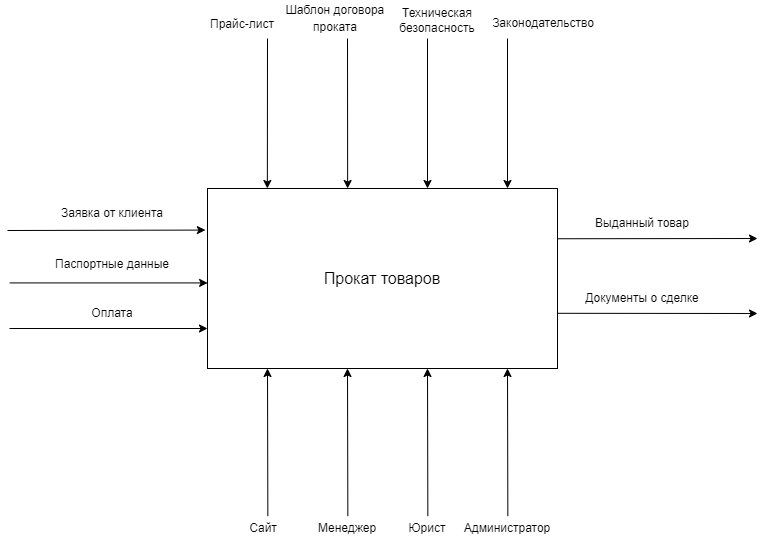
Before: Черный ящик прокат товаров.drawio.png, a diagram exported from draw.io (kirilltumm/kursovoy-Tumanov). Source tidied: cells renumbered, new cells last; positions are measured from the earlier drawing's top-left corner, leaving out a move shared by most shapes. Source of this version:
```xml
<mxGraphModel>
  <root>
    <mxCell id="0" />
    <mxCell id="1" parent="0" />
    <mxCell id="2" value="&lt;font style=&quot;font-size: 16px;&quot;&gt;Прокат товаров&lt;/font&gt;" style="rounded=0;whiteSpace=wrap;html=1;" parent="1" vertex="1">
      <mxGeometry x="200" y="186" width="350" height="180" as="geometry" />
    </mxCell>
    <mxCell id="3" style="endArrow=classic;html=1;rounded=0;entryX=-0.006;entryY=0.231;entryDx=0;entryDy=0;entryPerimeter=0;" parent="1" edge="1" target="2">
      <mxGeometry relative="1" as="geometry">
        <mxPoint y="228" as="sourcePoint" />
      </mxGeometry>
    </mxCell>
    <mxCell id="4" value="Заявка от клиента" style="text;html=1;align=center;verticalAlign=middle;whiteSpace=wrap;rounded=0;fontSize=12;" parent="1" vertex="1">
      <mxGeometry x="40" y="196" width="130" height="30" as="geometry" />
    </mxCell>
    <mxCell id="5" style="endArrow=classic;html=1;rounded=0;entryX=-0.006;entryY=0.231;entryDx=0;entryDy=0;entryPerimeter=0;" parent="1" edge="1">
      <mxGeometry relative="1" as="geometry">
        <mxPoint x="2.1" y="280.4" as="sourcePoint" />
        <mxPoint x="200.1" y="280.4" as="targetPoint" />
      </mxGeometry>
    </mxCell>
    <mxCell id="6" value="Паспортные данные" style="text;html=1;align=center;verticalAlign=middle;whiteSpace=wrap;rounded=0;fontSize=12;" parent="1" vertex="1">
      <mxGeometry x="25" y="247" width="160" height="30" as="geometry" />
    </mxCell>
    <mxCell id="7" style="endArrow=classic;html=1;rounded=0;entryX=-0.006;entryY=0.231;entryDx=0;entryDy=0;entryPerimeter=0;" parent="1" edge="1">
      <mxGeometry relative="1" as="geometry">
        <mxPoint x="2" y="326" as="sourcePoint" />
        <mxPoint x="200" y="326" as="targetPoint" />
      </mxGeometry>
    </mxCell>
    <mxCell id="8" value="Оплата" style="text;html=1;align=center;verticalAlign=middle;whiteSpace=wrap;rounded=0;fontSize=12;" parent="1" vertex="1">
      <mxGeometry x="25" y="296" width="160" height="30" as="geometry" />
    </mxCell>
    <mxCell id="9" style="endArrow=classic;html=1;rounded=0;entryX=0.171;entryY=0;entryDx=0;entryDy=0;entryPerimeter=0;" parent="1" edge="1" target="2">
      <mxGeometry relative="1" as="geometry">
        <mxPoint x="260" y="36" as="sourcePoint" />
      </mxGeometry>
    </mxCell>
    <mxCell id="10" value="&lt;font style=&quot;font-size: 12px;&quot;&gt;Прайс-лист&lt;/font&gt;" style="text;html=1;align=center;verticalAlign=middle;whiteSpace=wrap;rounded=0;fontSize=14;" parent="1" vertex="1">
      <mxGeometry x="170" y="6" width="130" height="30" as="geometry" />
    </mxCell>
    <mxCell id="11" style="endArrow=classic;html=1;rounded=0;entryX=0.171;entryY=0;entryDx=0;entryDy=0;entryPerimeter=0;" parent="1" edge="1">
      <mxGeometry relative="1" as="geometry">
        <mxPoint x="340" y="36" as="sourcePoint" />
        <mxPoint x="340.1" y="186" as="targetPoint" />
      </mxGeometry>
    </mxCell>
    <mxCell id="12" value="&lt;font style=&quot;font-size: 12px;&quot;&gt;Шаблон договора проката&lt;/font&gt;" style="text;html=1;align=center;verticalAlign=middle;whiteSpace=wrap;rounded=0;fontSize=14;" parent="1" vertex="1">
      <mxGeometry x="269" width="118" height="30" as="geometry" />
    </mxCell>
    <mxCell id="13" style="endArrow=classic;html=1;rounded=0;entryX=0.171;entryY=0;entryDx=0;entryDy=0;entryPerimeter=0;" parent="1" edge="1">
      <mxGeometry relative="1" as="geometry">
        <mxPoint x="420" y="36" as="sourcePoint" />
        <mxPoint x="420" y="186" as="targetPoint" />
      </mxGeometry>
    </mxCell>
    <mxCell id="14" value="&lt;font style=&quot;font-size: 12px;&quot;&gt;Техническая безопасность&lt;/font&gt;" style="text;html=1;align=center;verticalAlign=middle;whiteSpace=wrap;rounded=0;fontSize=12;" parent="1" vertex="1">
      <mxGeometry x="365" y="3" width="130" height="30" as="geometry" />
    </mxCell>
    <mxCell id="15" style="endArrow=classic;html=1;rounded=0;entryX=0.171;entryY=0;entryDx=0;entryDy=0;entryPerimeter=0;" parent="1" edge="1">
      <mxGeometry relative="1" as="geometry">
        <mxPoint x="500" y="36" as="sourcePoint" />
        <mxPoint x="500" y="186" as="targetPoint" />
      </mxGeometry>
    </mxCell>
    <mxCell id="16" value="Законодательство" style="text;html=1;align=center;verticalAlign=middle;whiteSpace=wrap;rounded=0;fontSize=12;" parent="1" vertex="1">
      <mxGeometry x="471" y="6" width="130" height="30" as="geometry" />
    </mxCell>
    <mxCell id="17" style="endArrow=classic;html=1;rounded=0;exitX=1.001;exitY=0.219;exitDx=0;exitDy=0;exitPerimeter=0;" parent="1" edge="1">
      <mxGeometry relative="1" as="geometry">
        <mxPoint x="550" y="236.3" as="sourcePoint" />
        <mxPoint x="750" y="236" as="targetPoint" />
      </mxGeometry>
    </mxCell>
    <mxCell id="18" value="Выданный товар" style="text;html=1;align=center;verticalAlign=middle;whiteSpace=wrap;rounded=0;fontSize=12;" parent="1" vertex="1">
      <mxGeometry x="570" y="206" width="130" height="30" as="geometry" />
    </mxCell>
    <mxCell id="19" style="endArrow=classic;html=1;rounded=0;exitX=1.001;exitY=0.219;exitDx=0;exitDy=0;exitPerimeter=0;" parent="1" edge="1">
      <mxGeometry relative="1" as="geometry">
        <mxPoint x="550" y="310.8" as="sourcePoint" />
        <mxPoint x="750" y="311" as="targetPoint" />
      </mxGeometry>
    </mxCell>
    <mxCell id="20" value="Документы о сделке" style="text;html=1;align=center;verticalAlign=middle;whiteSpace=wrap;rounded=0;fontSize=12;" parent="1" vertex="1">
      <mxGeometry x="570" y="281" width="130" height="30" as="geometry" />
    </mxCell>
    <mxCell id="21" style="endArrow=classic;html=1;rounded=0;entryX=0.199;entryY=1.013;entryDx=0;entryDy=0;entryPerimeter=0;" parent="1" edge="1">
      <mxGeometry relative="1" as="geometry">
        <mxPoint x="260.4" y="513.7" as="sourcePoint" />
        <mxPoint x="260" y="366" as="targetPoint" />
      </mxGeometry>
    </mxCell>
    <mxCell id="22" value="Сайт" style="text;html=1;align=center;verticalAlign=middle;whiteSpace=wrap;rounded=0;fontSize=12;" parent="1" vertex="1">
      <mxGeometry x="176" y="511" width="160" height="30" as="geometry" />
    </mxCell>
    <mxCell id="23" style="endArrow=classic;html=1;rounded=0;entryX=0.199;entryY=1.013;entryDx=0;entryDy=0;entryPerimeter=0;" parent="1" edge="1">
      <mxGeometry relative="1" as="geometry">
        <mxPoint x="340.4" y="513.7" as="sourcePoint" />
        <mxPoint x="340" y="366" as="targetPoint" />
      </mxGeometry>
    </mxCell>
    <mxCell id="24" value="Менеджер" style="text;html=1;align=center;verticalAlign=middle;whiteSpace=wrap;rounded=0;fontSize=12;" parent="1" vertex="1">
      <mxGeometry x="260" y="511" width="160" height="30" as="geometry" />
    </mxCell>
    <mxCell id="25" style="endArrow=classic;html=1;rounded=0;entryX=0.199;entryY=1.013;entryDx=0;entryDy=0;entryPerimeter=0;" parent="1" edge="1">
      <mxGeometry relative="1" as="geometry">
        <mxPoint x="420.4" y="513.7" as="sourcePoint" />
        <mxPoint x="420" y="366" as="targetPoint" />
      </mxGeometry>
    </mxCell>
    <mxCell id="26" value="Юрист" style="text;html=1;align=center;verticalAlign=middle;whiteSpace=wrap;rounded=0;fontSize=12;" parent="1" vertex="1">
      <mxGeometry x="340" y="511" width="160" height="30" as="geometry" />
    </mxCell>
    <mxCell id="27" style="endArrow=classic;html=1;rounded=0;entryX=0.199;entryY=1.013;entryDx=0;entryDy=0;entryPerimeter=0;" parent="1" edge="1">
      <mxGeometry relative="1" as="geometry">
        <mxPoint x="500.4" y="513.7" as="sourcePoint" />
        <mxPoint x="500" y="366" as="targetPoint" />
      </mxGeometry>
    </mxCell>
    <mxCell id="28" value="Администратор" style="text;html=1;align=center;verticalAlign=middle;whiteSpace=wrap;rounded=0;fontSize=12;" parent="1" vertex="1">
      <mxGeometry x="420" y="511" width="160" height="30" as="geometry" />
    </mxCell>
  </root>
</mxGraphModel>
```
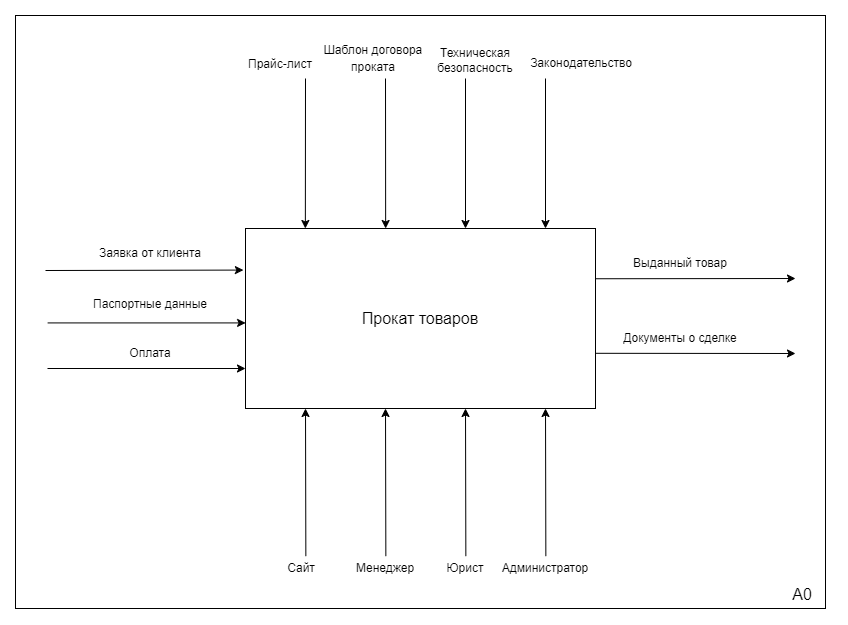
After the commit.

Change to the diagram source:
```diff
@@ -120,5 +120,11 @@
     <mxCell id="28" value="Администратор" style="text;html=1;align=center;verticalAlign=middle;whiteSpace=wrap;rounded=0;fontSize=12;" parent="1" vertex="1">
       <mxGeometry x="420" y="511" width="160" height="30" as="geometry" />
     </mxCell>
+    <mxCell id="29" style="rounded=0;whiteSpace=wrap;html=1;fillColor=none;" parent="1" vertex="1">
+      <mxGeometry x="-30" y="-27" width="810" height="593" as="geometry" />
+    </mxCell>
+    <mxCell id="30" value="А0" style="text;html=1;align=center;verticalAlign=middle;whiteSpace=wrap;rounded=0;fontSize=16;" parent="1" vertex="1">
+      <mxGeometry x="727" y="537" width="60" height="30" as="geometry" />
+    </mxCell>
   </root>
 </mxGraphModel>
```
